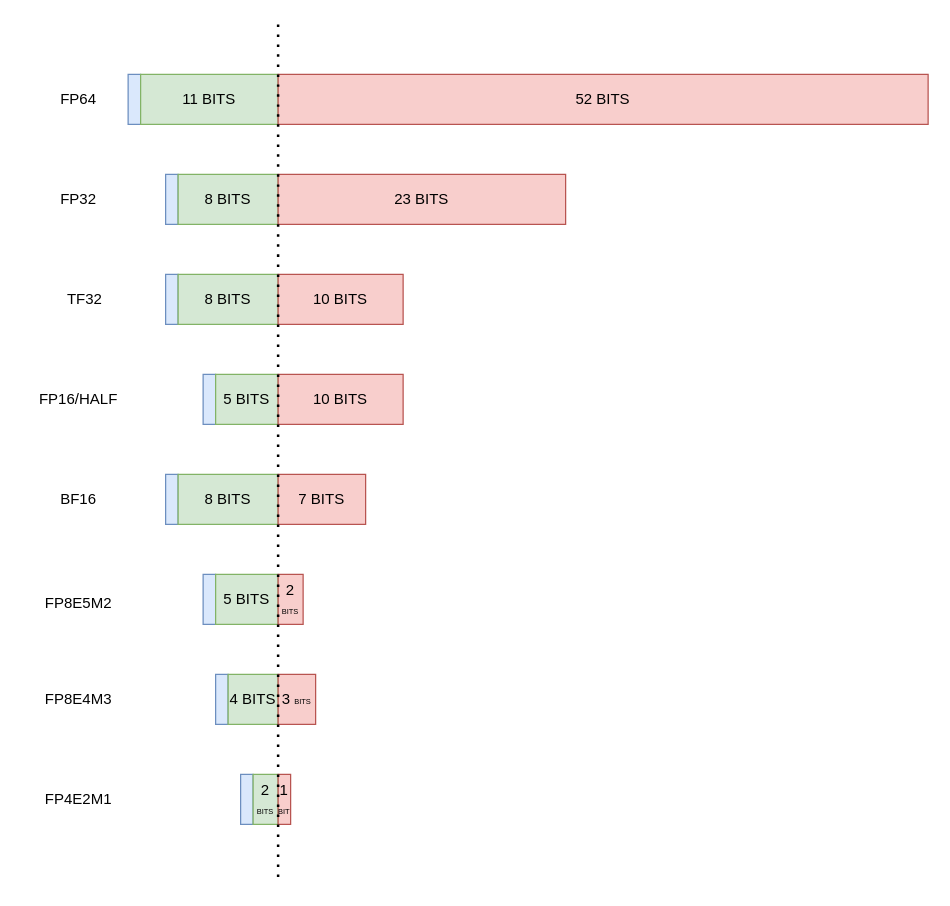
Earlier version of the draw.io diagram 未命名绘图.drawio (alanzhai219/dive_into_framework). Source tidied: cells renumbered, new cells numbered last; positions are measured from the earlier drawing's top-left corner, leaving out a move shared by most shapes. Both pictures are drawn from the tidied source at 125%, with x=0, y=0 at pixel (21, 24).
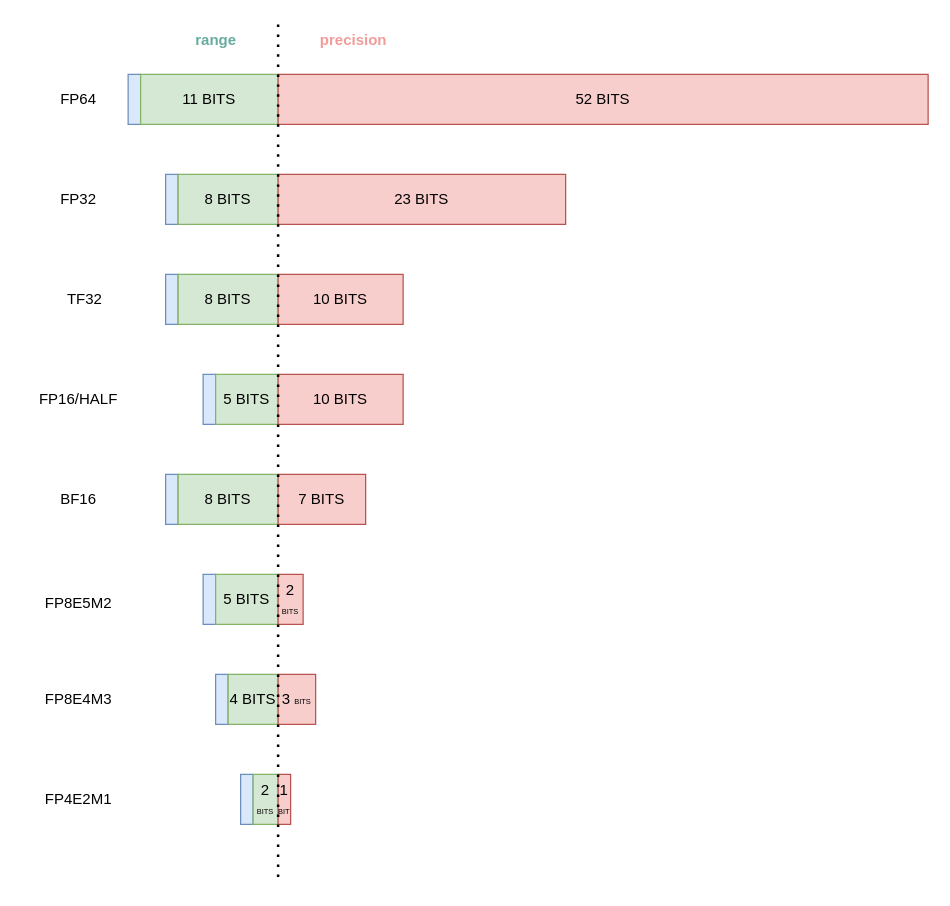
The same diagram, later.

Commit message (it also covers changes not shown here):
更新未命名绘图.drawio

The edit, as a diff of the source:
```diff
@@
+    <mxCell id="35" value="&lt;b&gt;&lt;font style=&quot;color: rgb(103, 171, 159);&quot;&gt;range&lt;/font&gt;&lt;/b&gt;" style="text;html=1;align=center;verticalAlign=middle;strokeColor=none;fillColor=none;" parent="1" vertex="1">
+      <mxGeometry x="125" y="-2" width="60" height="30" as="geometry" />
+    </mxCell>
+    <mxCell id="36" value="&lt;b&gt;&lt;font style=&quot;color: rgb(241, 156, 153);&quot;&gt;precision&lt;/font&gt;&lt;/b&gt;" style="text;html=1;align=center;verticalAlign=middle;strokeColor=none;fillColor=none;" parent="1" vertex="1">
+      <mxGeometry x="225" y="-2" width="80" height="30" as="geometry" />
+    </mxCell>
```
